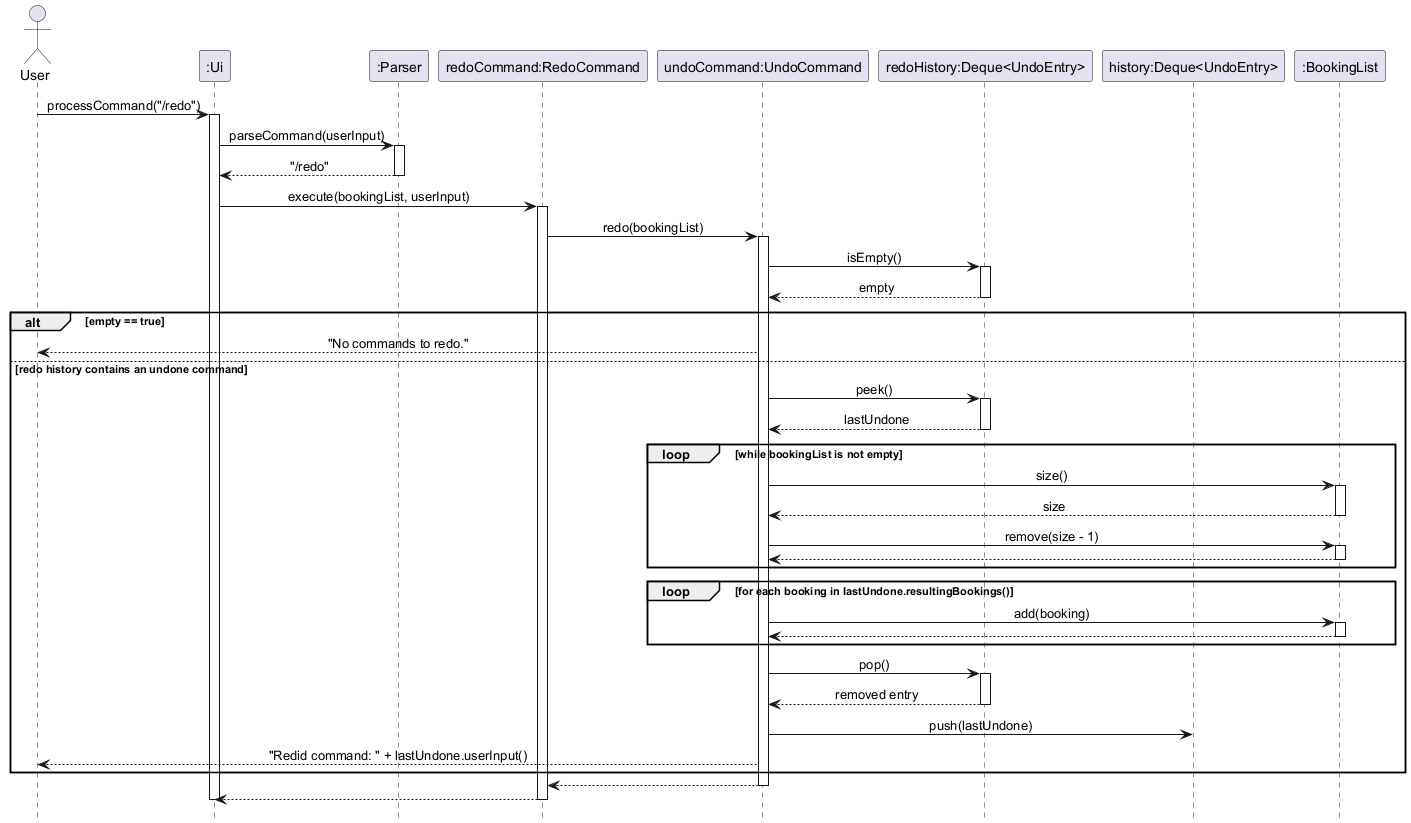
This is docs/UMLDiagrams/RedoCommandSequenceDiagram.png from AY2627S1-CS2113-W14-2/tp, a PlantUML export, as it was before one commit.
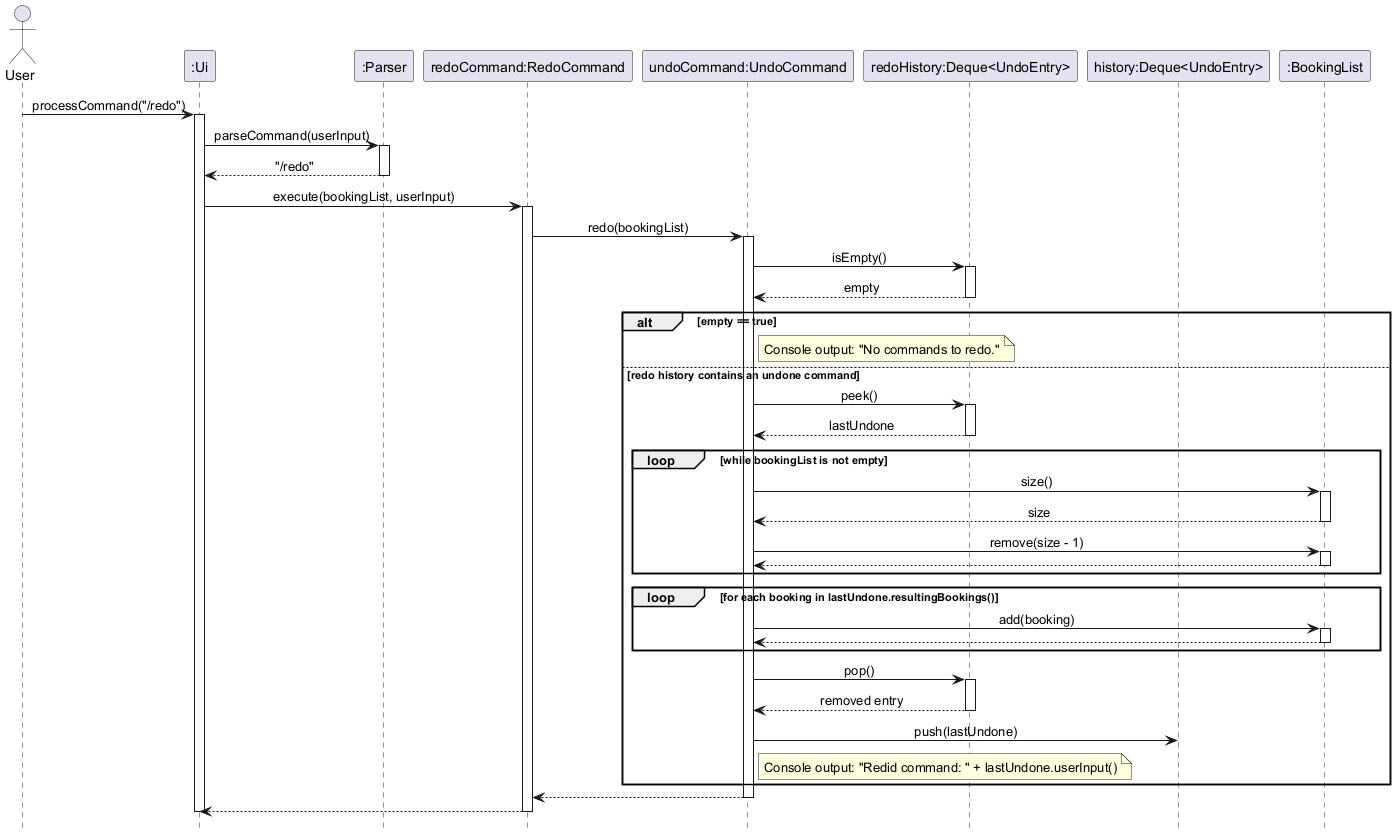
After the commit.

What changed in the source:
```diff
@@ -28,7 +28,7 @@
 deactivate RedoHistory
 
 alt empty == true
-    Undo --> User: "No commands to redo."
+    note right of Undo: Console output: "No commands to redo."
 else redo history contains an undone command
     Undo -> RedoHistory: peek()
     activate RedoHistory
@@ -60,7 +60,7 @@
 
     Undo -> History: push(lastUndone)
 
-    Undo --> User: "Redid command: " + lastUndone.userInput()
+    note right of Undo: Console output: "Redid command: " + lastUndone.userInput()
 end
 
 Undo --> Redo
```
